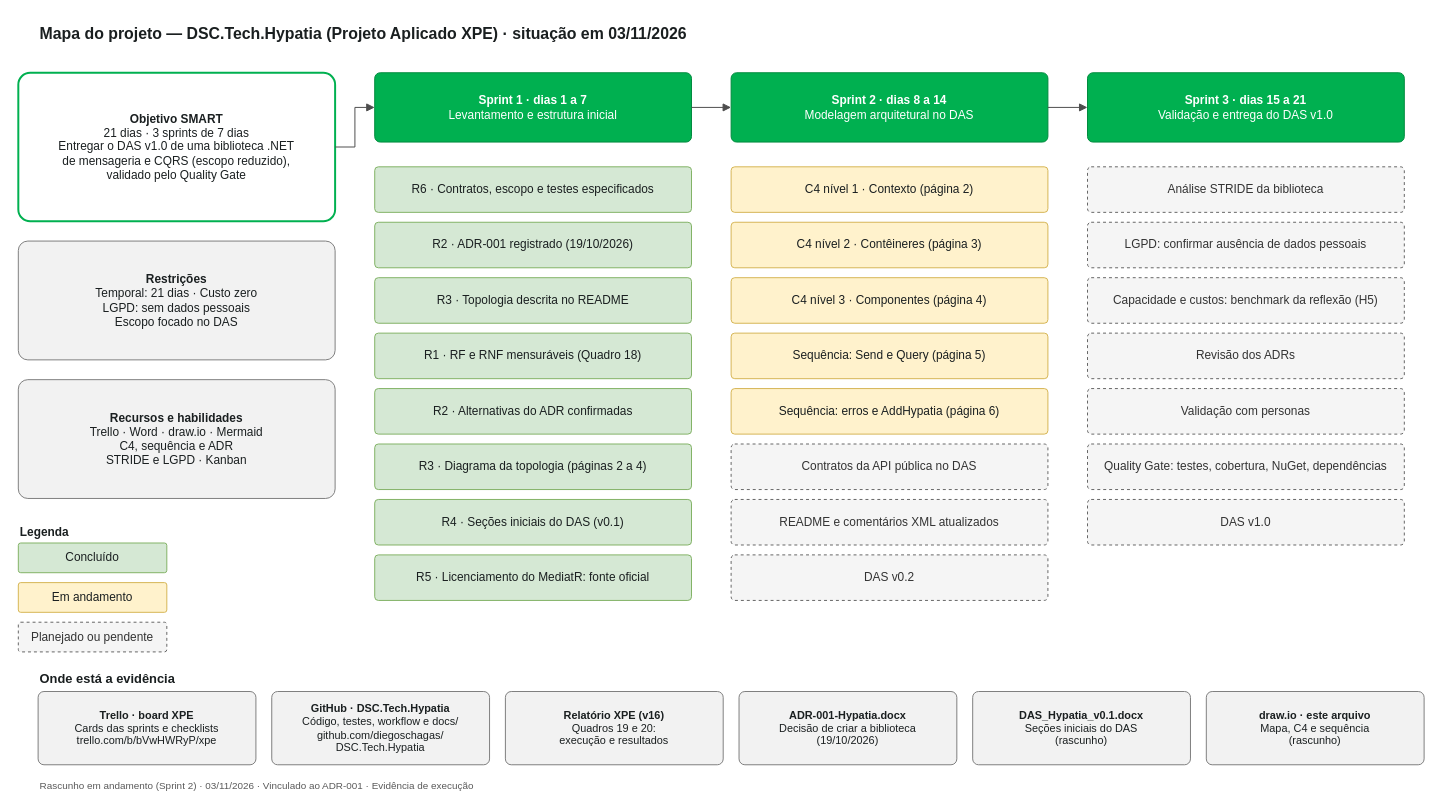
This is page "1 · Mapa do projeto" (1 of 6) of docs/diagramas/hypatia-mapa-do-projeto.drawio from diegoschagas/DSC.Tech.Hypatia, a draw.io file, before an edit. Source tidied: cells renumbered, new cells numbered last; positions are measured from the earlier drawing's top-left corner, leaving out a move shared by most shapes. Both pictures are drawn from the tidied source at 99%, with x=0, y=0 at pixel (18, 17).
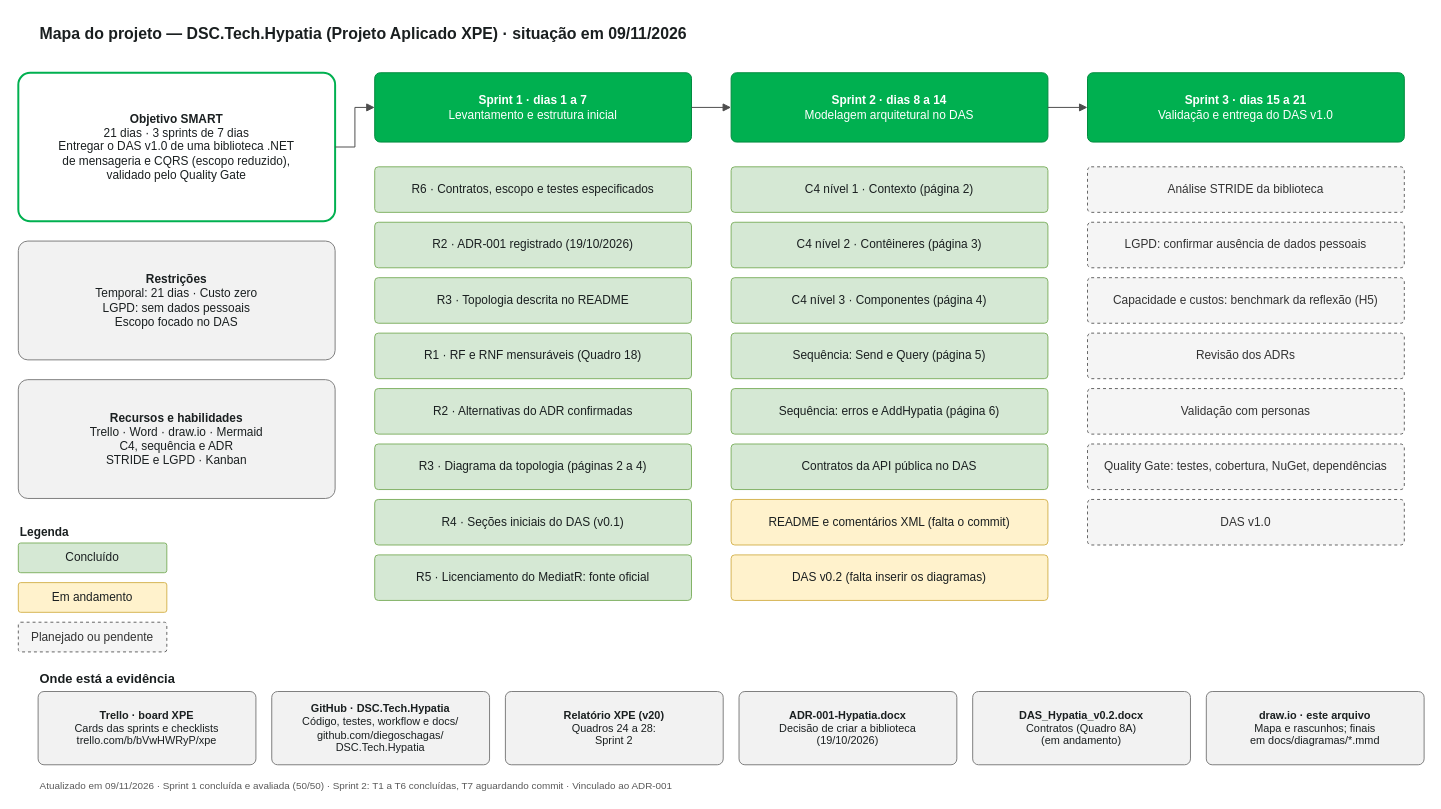
After the change.

What changed in the source:
```diff
@@
-    <mxCell id="2" value="&lt;b&gt;Mapa do projeto — DSC.Tech.Hypatia (Projeto Aplicado XPE) · situação em 03/11/2026&lt;/b&gt;" style="text;html=1;whiteSpace=wrap;strokeColor=none;fillColor=none;align=left;verticalAlign=top;fontSize=16;fontColor=#1a1f20;" parent="1" vertex="1">
+    <mxCell id="2" value="&lt;b&gt;Mapa do projeto — DSC.Tech.Hypatia (Projeto Aplicado XPE) · situação em 09/11/2026&lt;/b&gt;" style="text;html=1;whiteSpace=wrap;strokeColor=none;fillColor=none;align=left;verticalAlign=top;fontSize=16;fontColor=#1a1f20;" parent="1" vertex="1">
       <mxGeometry x="20" width="1400" height="24" as="geometry" />
     </mxCell>
@@
-    <mxCell id="16" value="C4 nível 1 · Contexto (página 2)" style="rounded=1;arcSize=8;whiteSpace=wrap;html=1;fillColor=#fff2cc;strokeColor=#d6b656;fontColor=#1a1f20;fontSize=12;align=center;verticalAlign=middle;" parent="1" vertex="1">
+    <mxCell id="16" value="C4 nível 1 · Contexto (página 2)" style="rounded=1;arcSize=8;whiteSpace=wrap;html=1;fillColor=#d5e8d4;strokeColor=#82b366;fontColor=#1a1f20;fontSize=12;align=center;verticalAlign=middle;" parent="1" vertex="1">
       <mxGeometry x="720" y="151" width="320" height="46" as="geometry" />
     </mxCell>
-    <mxCell id="17" value="C4 nível 2 · Contêineres (página 3)" style="rounded=1;arcSize=8;whiteSpace=wrap;html=1;fillColor=#fff2cc;strokeColor=#d6b656;fontColor=#1a1f20;fontSize=12;align=center;verticalAlign=middle;" parent="1" vertex="1">
+    <mxCell id="17" value="C4 nível 2 · Contêineres (página 3)" style="rounded=1;arcSize=8;whiteSpace=wrap;html=1;fillColor=#d5e8d4;strokeColor=#82b366;fontColor=#1a1f20;fontSize=12;align=center;verticalAlign=middle;" parent="1" vertex="1">
       <mxGeometry x="720" y="207" width="320" height="46" as="geometry" />
     </mxCell>
-    <mxCell id="18" value="C4 nível 3 · Componentes (página 4)" style="rounded=1;arcSize=8;whiteSpace=wrap;html=1;fillColor=#fff2cc;strokeColor=#d6b656;fontColor=#1a1f20;fontSize=12;align=center;verticalAlign=middle;" parent="1" vertex="1">
+    <mxCell id="18" value="C4 nível 3 · Componentes (página 4)" style="rounded=1;arcSize=8;whiteSpace=wrap;html=1;fillColor=#d5e8d4;strokeColor=#82b366;fontColor=#1a1f20;fontSize=12;align=center;verticalAlign=middle;" parent="1" vertex="1">
       <mxGeometry x="720" y="263" width="320" height="46" as="geometry" />
     </mxCell>
-    <mxCell id="19" value="Sequência: Send e Query (página 5)" style="rounded=1;arcSize=8;whiteSpace=wrap;html=1;fillColor=#fff2cc;strokeColor=#d6b656;fontColor=#1a1f20;fontSize=12;align=center;verticalAlign=middle;" parent="1" vertex="1">
+    <mxCell id="19" value="Sequência: Send e Query (página 5)" style="rounded=1;arcSize=8;whiteSpace=wrap;html=1;fillColor=#d5e8d4;strokeColor=#82b366;fontColor=#1a1f20;fontSize=12;align=center;verticalAlign=middle;" parent="1" vertex="1">
       <mxGeometry x="720" y="319" width="320" height="46" as="geometry" />
     </mxCell>
-    <mxCell id="20" value="Sequência: erros e AddHypatia (página 6)" style="rounded=1;arcSize=8;whiteSpace=wrap;html=1;fillColor=#fff2cc;strokeColor=#d6b656;fontColor=#1a1f20;fontSize=12;align=center;verticalAlign=middle;" parent="1" vertex="1">
+    <mxCell id="20" value="Sequência: erros e AddHypatia (página 6)" style="rounded=1;arcSize=8;whiteSpace=wrap;html=1;fillColor=#d5e8d4;strokeColor=#82b366;fontColor=#1a1f20;fontSize=12;align=center;verticalAlign=middle;" parent="1" vertex="1">
       <mxGeometry x="720" y="375" width="320" height="46" as="geometry" />
     </mxCell>
-    <mxCell id="21" value="Contratos da API pública no DAS" style="rounded=1;arcSize=8;whiteSpace=wrap;html=1;fillColor=#f5f5f5;strokeColor=#666666;fontColor=#333333;fontSize=12;align=center;verticalAlign=middle;dashed=1;" parent="1" vertex="1">
+    <mxCell id="21" value="Contratos da API pública no DAS" style="rounded=1;arcSize=8;whiteSpace=wrap;html=1;fillColor=#d5e8d4;strokeColor=#82b366;fontColor=#1a1f20;fontSize=12;align=center;verticalAlign=middle;" parent="1" vertex="1">
       <mxGeometry x="720" y="431" width="320" height="46" as="geometry" />
     </mxCell>
-    <mxCell id="22" value="README e comentários XML atualizados" style="rounded=1;arcSize=8;whiteSpace=wrap;html=1;fillColor=#f5f5f5;strokeColor=#666666;fontColor=#333333;fontSize=12;align=center;verticalAlign=middle;dashed=1;" parent="1" vertex="1">
+    <mxCell id="22" value="README e comentários XML (falta o commit)" style="rounded=1;arcSize=8;whiteSpace=wrap;html=1;fillColor=#fff2cc;strokeColor=#d6b656;fontColor=#1a1f20;fontSize=12;align=center;verticalAlign=middle;" parent="1" vertex="1">
       <mxGeometry x="720" y="487" width="320" height="46" as="geometry" />
     </mxCell>
-    <mxCell id="23" value="DAS v0.2" style="rounded=1;arcSize=8;whiteSpace=wrap;html=1;fillColor=#f5f5f5;strokeColor=#666666;fontColor=#333333;fontSize=12;align=center;verticalAlign=middle;dashed=1;" parent="1" vertex="1">
+    <mxCell id="23" value="DAS v0.2 (falta inserir os diagramas)" style="rounded=1;arcSize=8;whiteSpace=wrap;html=1;fillColor=#fff2cc;strokeColor=#d6b656;fontColor=#1a1f20;fontSize=12;align=center;verticalAlign=middle;" parent="1" vertex="1">
       <mxGeometry x="720" y="543" width="320" height="46" as="geometry" />
     </mxCell>
@@
-    <mxCell id="42" value="&lt;b&gt;Relatório XPE (v16)&lt;/b&gt;&lt;br&gt;Quadros 19 e 20:&lt;br&gt;execução e resultados" style="rounded=1;arcSize=8;whiteSpace=wrap;html=1;fillColor=#f2f2f2;strokeColor=#7f7f7f;fontColor=#1a1f20;fontSize=11;align=center;verticalAlign=middle;" parent="1" vertex="1">
+    <mxCell id="42" value="&lt;b&gt;Relatório XPE (v20)&lt;/b&gt;&lt;br&gt;Quadros 24 a 28:&lt;br&gt;Sprint 2" style="rounded=1;arcSize=8;whiteSpace=wrap;html=1;fillColor=#f2f2f2;strokeColor=#7f7f7f;fontColor=#1a1f20;fontSize=11;align=center;verticalAlign=middle;" parent="1" vertex="1">
       <mxGeometry x="492" y="681" width="220" height="74" as="geometry" />
     </mxCell>
@@
-    <mxCell id="44" value="&lt;b&gt;DAS_Hypatia_v0.1.docx&lt;/b&gt;&lt;br&gt;Seções iniciais do DAS&lt;br&gt;(rascunho)" style="rounded=1;arcSize=8;whiteSpace=wrap;html=1;fillColor=#f2f2f2;strokeColor=#7f7f7f;fontColor=#1a1f20;fontSize=11;align=center;verticalAlign=middle;" parent="1" vertex="1">
+    <mxCell id="44" value="&lt;b&gt;DAS_Hypatia_v0.2.docx&lt;/b&gt;&lt;br&gt;Contratos (Quadro 8A)&lt;br&gt;(em andamento)" style="rounded=1;arcSize=8;whiteSpace=wrap;html=1;fillColor=#f2f2f2;strokeColor=#7f7f7f;fontColor=#1a1f20;fontSize=11;align=center;verticalAlign=middle;" parent="1" vertex="1">
       <mxGeometry x="964" y="681" width="220" height="74" as="geometry" />
     </mxCell>
-    <mxCell id="45" value="&lt;b&gt;draw.io · este arquivo&lt;/b&gt;&lt;br&gt;Mapa, C4 e sequência&lt;br&gt;(rascunho)" style="rounded=1;arcSize=8;whiteSpace=wrap;html=1;fillColor=#f2f2f2;strokeColor=#7f7f7f;fontColor=#1a1f20;fontSize=11;align=center;verticalAlign=middle;" parent="1" vertex="1">
+    <mxCell id="45" value="&lt;b&gt;draw.io · este arquivo&lt;/b&gt;&lt;br&gt;Mapa e rascunhos; finais&lt;br&gt;em docs/diagramas/*.mmd" style="rounded=1;arcSize=8;whiteSpace=wrap;html=1;fillColor=#f2f2f2;strokeColor=#7f7f7f;fontColor=#1a1f20;fontSize=11;align=center;verticalAlign=middle;" parent="1" vertex="1">
       <mxGeometry x="1200" y="681" width="220" height="74" as="geometry" />
     </mxCell>
-    <mxCell id="46" value="Rascunho em andamento (Sprint 2) · 03/11/2026 · Vinculado ao ADR-001 · Evidência de execução" style="text;html=1;whiteSpace=wrap;strokeColor=none;fillColor=none;align=left;verticalAlign=top;fontSize=10;fontColor=#595959;" parent="1" vertex="1">
+    <mxCell id="46" value="Atualizado em 09/11/2026 · Sprint 1 concluída e avaliada (50/50) · Sprint 2: T1 a T6 concluídas, T7 aguardando commit · Vinculado ao ADR-001" style="text;html=1;whiteSpace=wrap;strokeColor=none;fillColor=none;align=left;verticalAlign=top;fontSize=10;fontColor=#595959;" parent="1" vertex="1">
       <mxGeometry x="20" y="764" width="1400" height="16" as="geometry" />
     </mxCell>
```
